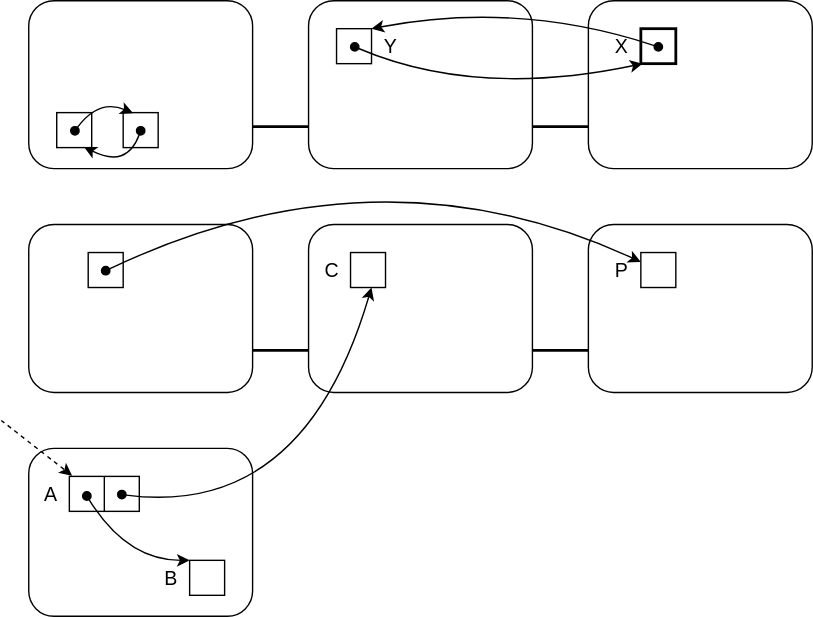
The draw.io diagram assets/img/lecture_materials/GarbageCollection/ch7/train-3.drawio.svg in drop-stones/slides, before a commit. Source tidied: cells renumbered, new cells last; positions are measured from the earlier drawing's top-left corner, leaving out a move shared by most shapes.
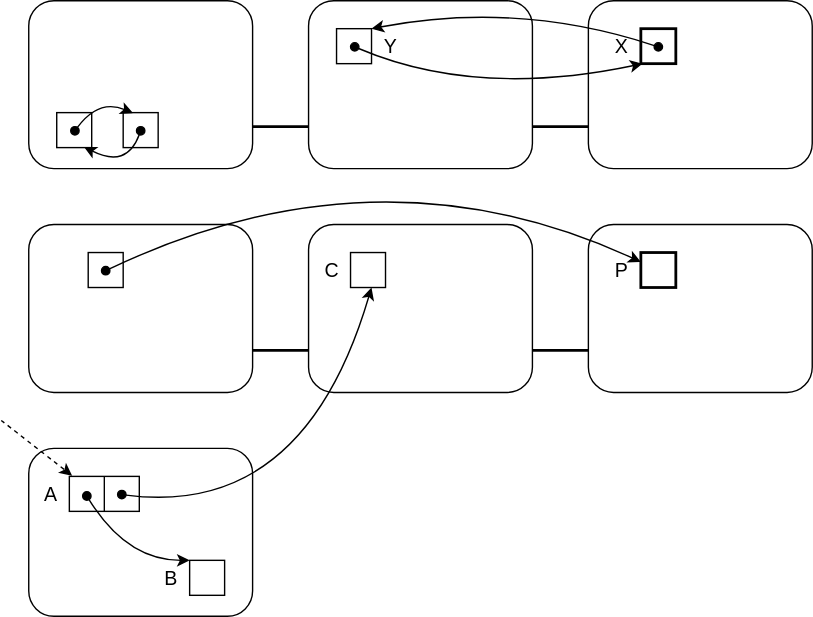
Above is the later version.

The edit, as a diff of the source:
```diff
@@ -118,7 +118,7 @@
     <mxCell id="34" style="shape=partialRectangle;html=1;whiteSpace=wrap;overflow=hidden;fillColor=none;top=0;left=0;bottom=0;right=0;" parent="33" vertex="1">
       <mxGeometry width="25" height="25" as="geometry" />
     </mxCell>
-    <mxCell id="35" style="shape=table;startSize=0;fillColor=none;" parent="1" vertex="1">
+    <mxCell id="35" style="shape=table;startSize=0;fillColor=none;strokeWidth=2;" parent="1" vertex="1">
       <mxGeometry x="457.5" y="180" width="25" height="25" as="geometry" />
     </mxCell>
     <mxCell id="36" style="shape=partialRectangle;fillColor=none;top=0;left=0;bottom=0;right=0;points=[[0,0.5],[1,0.5]];portConstraint=eastwest;" parent="35" vertex="1">
```
